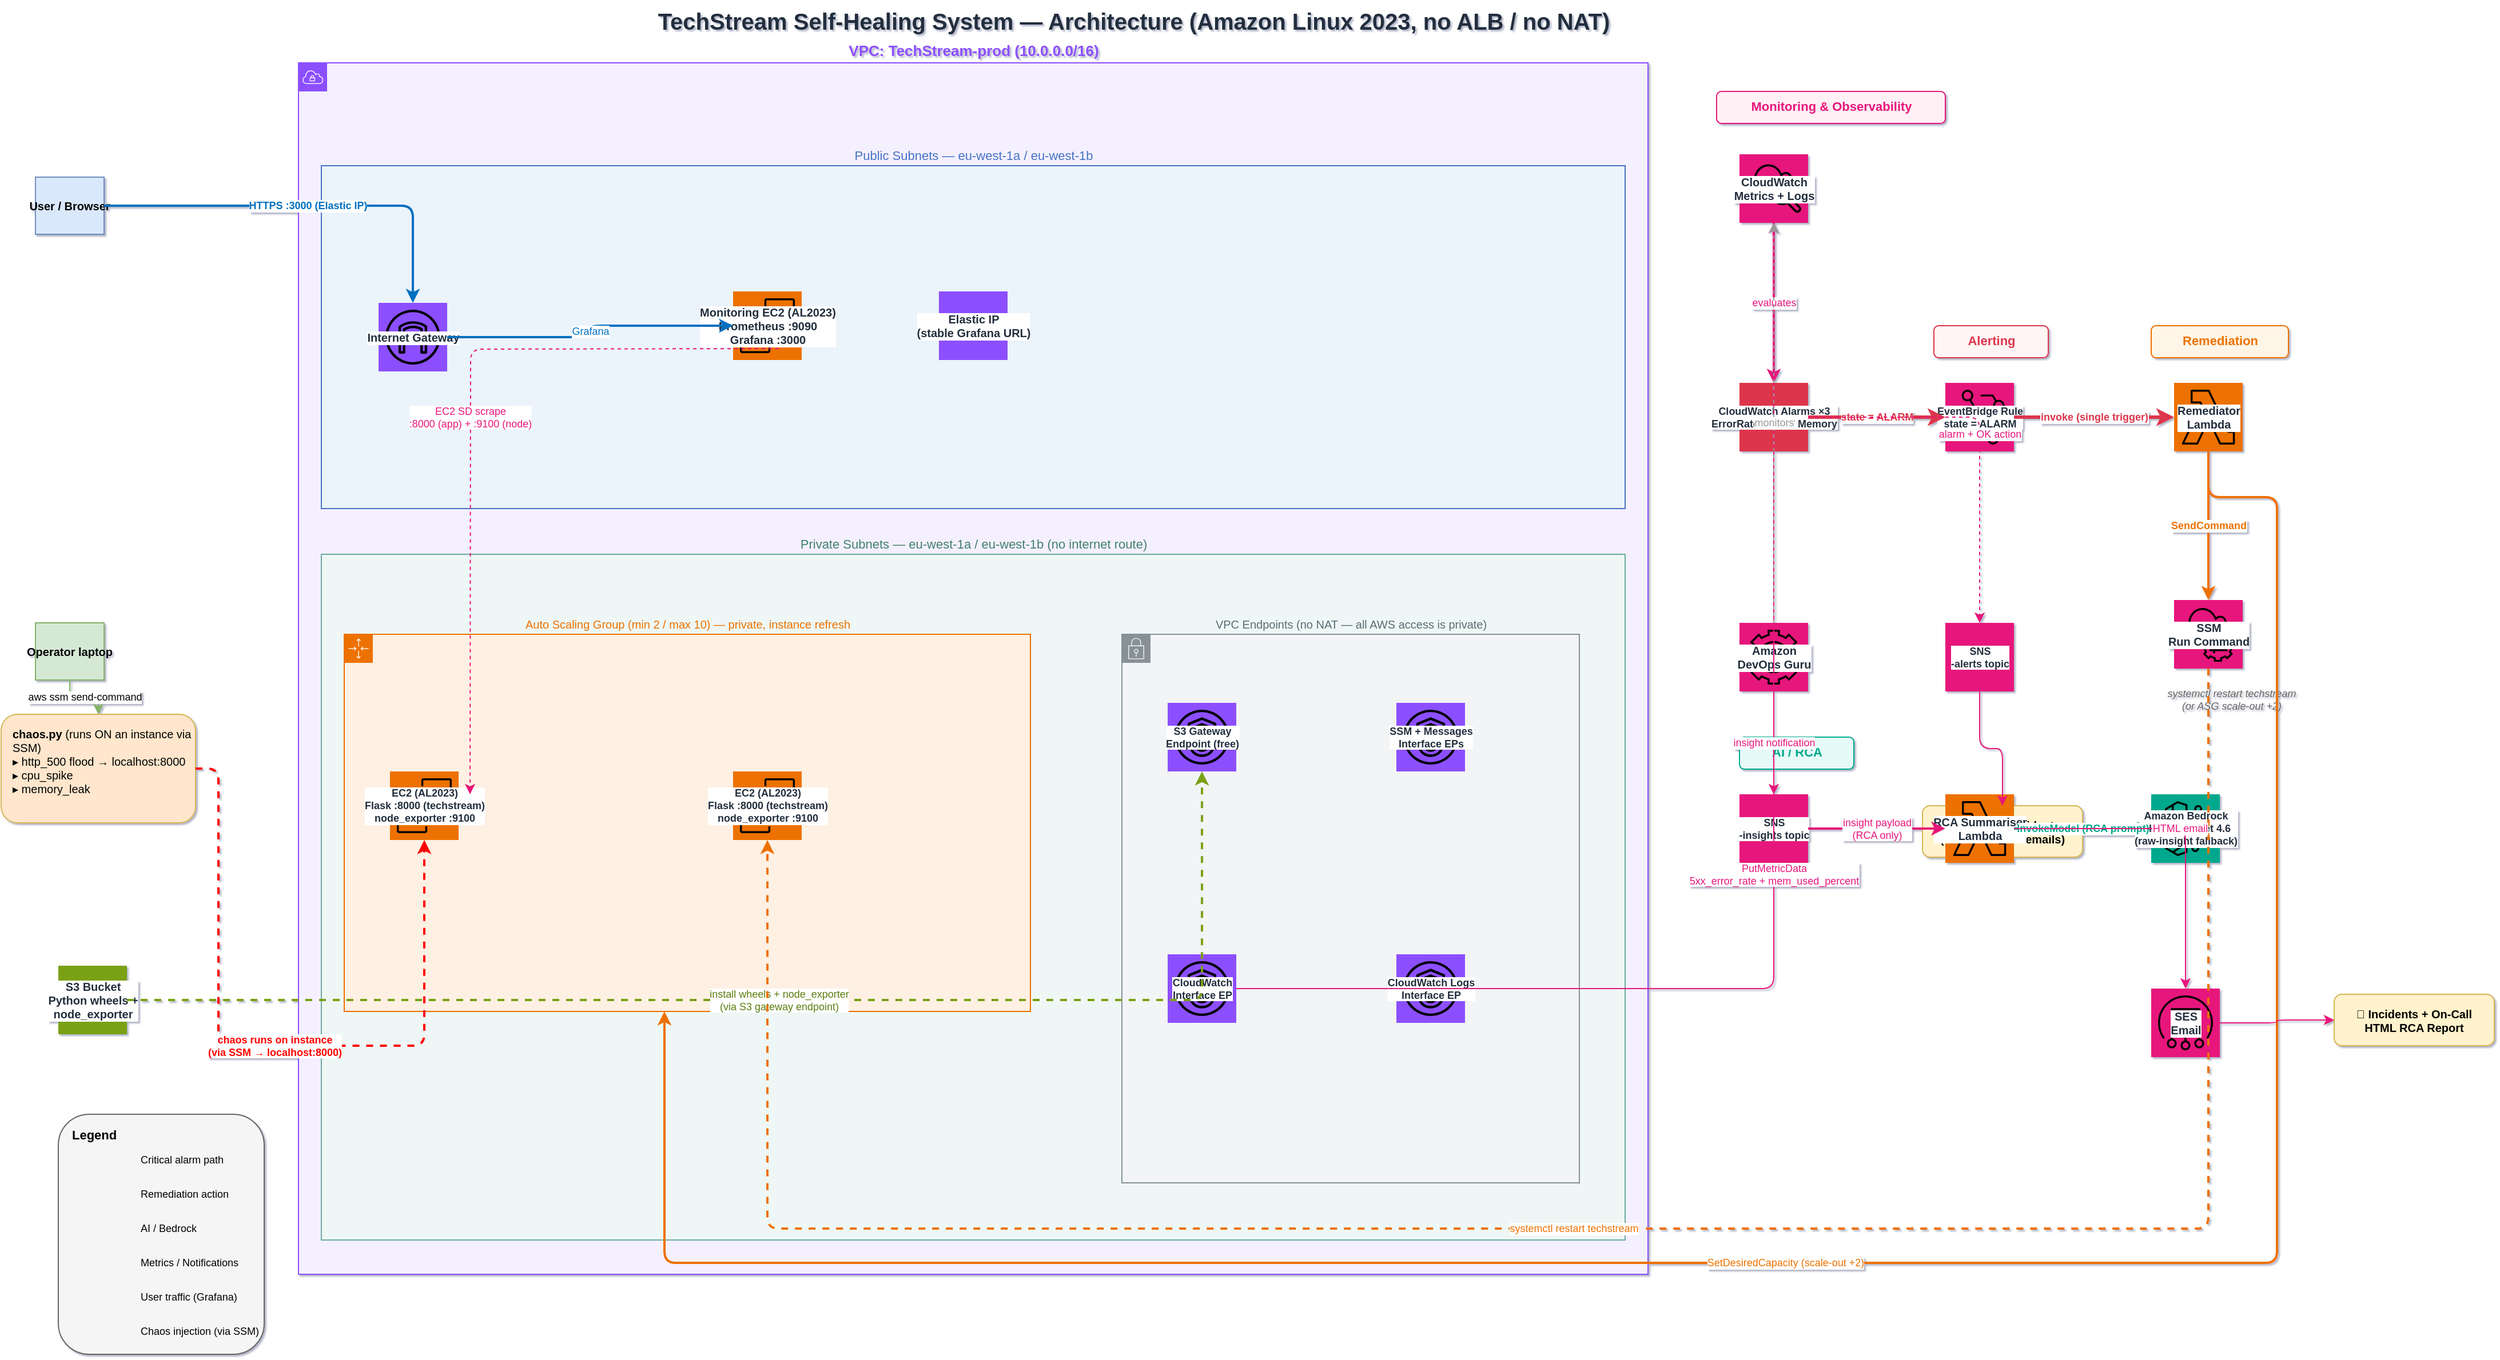
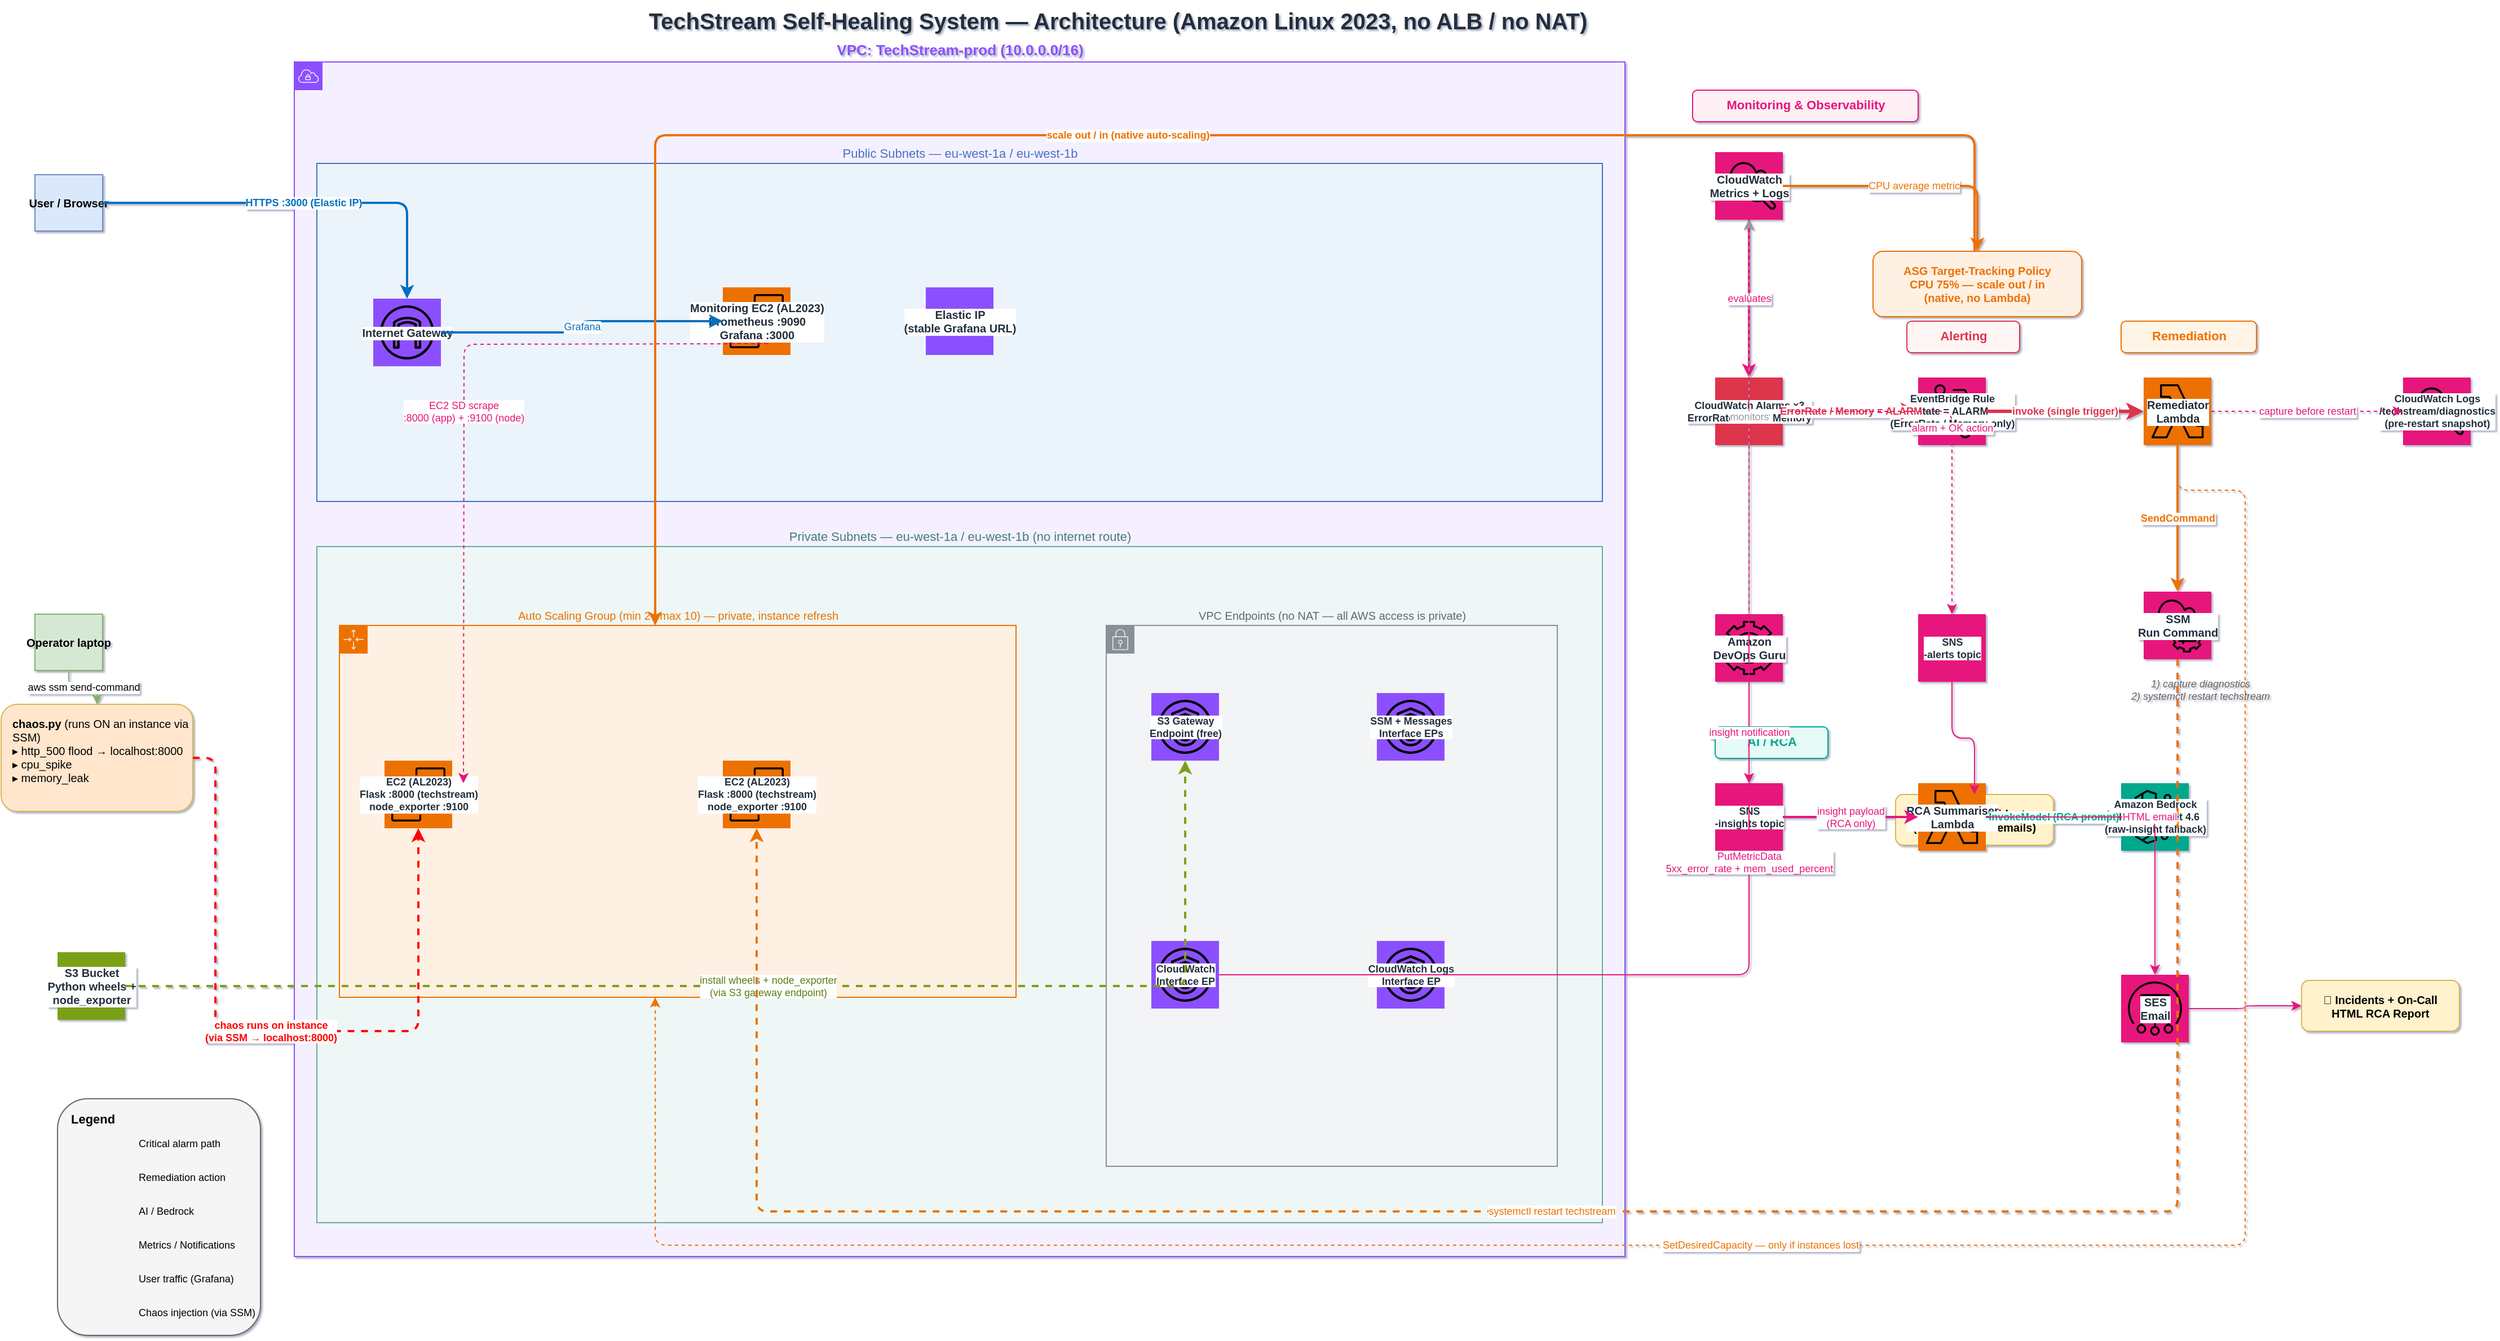
<mxfile host="65bd71144e">
    <diagram id="techstream-arch" name="TechStream Self-Healing Architecture">
        <mxGraphModel dx="2331" dy="1560" grid="1" gridSize="10" guides="1" tooltips="1" connect="1" arrows="1" fold="1" page="1" pageScale="1" pageWidth="2400" pageHeight="1654" math="0" shadow="1">
            <root>
                <mxCell id="0"/>
                <mxCell id="1" parent="0"/>
                <mxCell id="title" value="TechStream Self-Healing System — Architecture (Amazon Linux 2023, no ALB / no NAT)" style="text;html=1;align=center;fontStyle=1;fontSize=20;fontColor=#232F3E;" parent="1" vertex="1">
                    <mxGeometry x="560" y="15" width="900" height="35" as="geometry"/>
                </mxCell>
                <mxCell id="ext_user" value="User / Browser" style="shape=mxgraph.cisco.routers.workstation;fillColor=#dae8fc;strokeColor=#6c8ebf;fontStyle=1;fontSize=10;" parent="1" vertex="1">
                    <mxGeometry x="50" y="170" width="60" height="50" as="geometry"/>
                </mxCell>
                <mxCell id="ext_op" value="Operator laptop" style="shape=mxgraph.cisco.routers.workstation;fillColor=#d5e8d4;strokeColor=#82b366;fontStyle=1;fontSize=10;" parent="1" vertex="1">
                    <mxGeometry x="50" y="560" width="60" height="50" as="geometry"/>
                </mxCell>
                <mxCell id="chaos_box" value="&lt;b&gt;chaos.py&lt;/b&gt; (runs ON an instance via SSM)&#xa;▸ http_500 flood → localhost:8000&#xa;▸ cpu_spike&#xa;▸ memory_leak" style="rounded=1;whiteSpace=wrap;html=1;fillColor=#ffe6cc;strokeColor=#d6b656;fontSize=10;align=left;spacingLeft=8;verticalAlign=top;spacingTop=5;" parent="1" vertex="1">
                    <mxGeometry x="20" y="640" width="170" height="95" as="geometry"/>
                </mxCell>
                <mxCell id="s3_pkg" value="S3 Bucket&#xa;Python wheels +&#xa;node_exporter" style="outlineConnect=0;fontColor=#232F3E;gradientColor=none;strokeColor=none;fillColor=#7AA116;labelBackgroundColor=#ffffff;align=center;html=1;fontSize=10;fontStyle=1;aspect=fixed;shape=mxgraph.aws4.resourceIcon;resIcon=mxgraph.aws4.simple_storage_service;" parent="1" vertex="1">
                    <mxGeometry x="70" y="860" width="60" height="60" as="geometry"/>
                </mxCell>
                <mxCell id="vpc" value="VPC: TechStream-prod (10.0.0.0/16)" style="points=[[0,0],[0.25,0],[0.5,0],[0.75,0],[1,0],[1,0.25],[1,0.5],[1,0.75],[1,1],[0.75,1],[0.5,1],[0.25,1],[0,1],[0,0.75],[0,0.5],[0,0.25]];shape=mxgraph.aws4.group;grIcon=mxgraph.aws4.group_vpc;strokeColor=#8C4FFF;fillColor=#F5F0FF;verticalLabelPosition=top;verticalAlign=bottom;align=center;html=1;fontStyle=1;fontSize=13;fontColor=#8C4FFF;" parent="1" vertex="1">
                    <mxGeometry x="280" y="70" width="1180" height="1060" as="geometry"/>
                </mxCell>
                <mxCell id="pub_subnet" value="Public Subnets — eu-west-1a / eu-west-1b" style="points=[[0,0],[0.25,0],[0.5,0],[0.75,0],[1,0],[1,0.25],[1,0.5],[1,0.75],[1,1],[0.75,1],[0.5,1],[0.25,1],[0,1],[0,0.75],[0,0.5],[0,0.25]];shape=mxgraph.aws4.group;grIcon=mxgraph.aws4.group_public_subnet;strokeColor=#4472C4;fillColor=#EBF3FB;verticalLabelPosition=top;verticalAlign=bottom;align=center;html=1;fontStyle=0;fontSize=11;fontColor=#4472C4;" parent="vpc" vertex="1">
                    <mxGeometry x="20" y="90" width="1140" height="300" as="geometry"/>
                </mxCell>
                <mxCell id="igw" value="Internet Gateway" style="outlineConnect=0;fontColor=#232F3E;gradientColor=none;strokeColor=none;fillColor=#8C4FFF;labelBackgroundColor=#ffffff;align=center;html=1;fontSize=10;fontStyle=1;aspect=fixed;shape=mxgraph.aws4.resourceIcon;resIcon=mxgraph.aws4.internet_gateway;" parent="pub_subnet" vertex="1">
                    <mxGeometry x="50" y="120" width="60" height="60" as="geometry"/>
                </mxCell>
                <mxCell id="mon_ec2" value="Monitoring EC2 (AL2023)&#xa;Prometheus :9090&#xa;Grafana :3000" style="outlineConnect=0;fontColor=#232F3E;gradientColor=none;strokeColor=none;fillColor=#ED7100;labelBackgroundColor=#ffffff;align=center;html=1;fontSize=10;fontStyle=1;aspect=fixed;shape=mxgraph.aws4.resourceIcon;resIcon=mxgraph.aws4.ec2;" parent="pub_subnet" vertex="1">
                    <mxGeometry x="360" y="110" width="60" height="60" as="geometry"/>
                </mxCell>
                <mxCell id="eip" value="Elastic IP&#xa;(stable Grafana URL)" style="outlineConnect=0;fontColor=#232F3E;gradientColor=none;strokeColor=none;fillColor=#8C4FFF;labelBackgroundColor=#ffffff;align=center;html=1;fontSize=10;fontStyle=1;aspect=fixed;shape=mxgraph.aws4.resourceIcon;resIcon=mxgraph.aws4.elastic_ip_address;" parent="pub_subnet" vertex="1">
                    <mxGeometry x="540" y="110" width="60" height="60" as="geometry"/>
                </mxCell>
                <mxCell id="priv_subnet" value="Private Subnets — eu-west-1a / eu-west-1b (no internet route)" style="points=[[0,0],[0.25,0],[0.5,0],[0.75,0],[1,0],[1,0.25],[1,0.5],[1,0.75],[1,1],[0.75,1],[0.5,1],[0.25,1],[0,1],[0,0.75],[0,0.5],[0,0.25]];shape=mxgraph.aws4.group;grIcon=mxgraph.aws4.group_private_subnet;strokeColor=#67AB9F;fillColor=#EEF7F5;verticalLabelPosition=top;verticalAlign=bottom;align=center;html=1;fontStyle=0;fontSize=11;fontColor=#3F8070;" parent="vpc" vertex="1">
                    <mxGeometry x="20" y="430" width="1140" height="600" as="geometry"/>
                </mxCell>
                <mxCell id="asg_group" value="Auto Scaling Group (min 2 / max 10) — private, instance refresh" style="points=[[0,0],[0.25,0],[0.5,0],[0.75,0],[1,0],[1,0.25],[1,0.5],[1,0.75],[1,1],[0.75,1],[0.5,1],[0.25,1],[0,1],[0,0.75],[0,0.5],[0,0.25]];shape=mxgraph.aws4.group;grIcon=mxgraph.aws4.group_auto_scaling_group;strokeColor=#ED7100;fillColor=#FEF0E3;verticalLabelPosition=top;verticalAlign=bottom;align=center;html=1;fontStyle=0;fontSize=10;fontColor=#ED7100;" parent="priv_subnet" vertex="1">
                    <mxGeometry x="20" y="70" width="600" height="330" as="geometry"/>
                </mxCell>
                <mxCell id="ec2_1" value="EC2 (AL2023)&#xa;Flask :8000 (techstream)&#xa;node_exporter :9100" style="outlineConnect=0;fontColor=#232F3E;gradientColor=none;strokeColor=none;fillColor=#ED7100;labelBackgroundColor=#ffffff;align=center;html=1;fontSize=9;fontStyle=1;aspect=fixed;shape=mxgraph.aws4.resourceIcon;resIcon=mxgraph.aws4.ec2;" parent="asg_group" vertex="1">
                    <mxGeometry x="40" y="120" width="60" height="60" as="geometry"/>
                </mxCell>
                <mxCell id="ec2_2" value="EC2 (AL2023)&#xa;Flask :8000 (techstream)&#xa;node_exporter :9100" style="outlineConnect=0;fontColor=#232F3E;gradientColor=none;strokeColor=none;fillColor=#ED7100;labelBackgroundColor=#ffffff;align=center;html=1;fontSize=9;fontStyle=1;aspect=fixed;shape=mxgraph.aws4.resourceIcon;resIcon=mxgraph.aws4.ec2;" parent="asg_group" vertex="1">
                    <mxGeometry x="340" y="120" width="60" height="60" as="geometry"/>
                </mxCell>
                <mxCell id="ep_group" value="VPC Endpoints (no NAT — all AWS access is private)" style="points=[[0,0],[0.25,0],[0.5,0],[0.75,0],[1,0],[1,0.25],[1,0.5],[1,0.75],[1,1],[0.75,1],[0.5,1],[0.25,1],[0,1],[0,0.75],[0,0.5],[0,0.25]];shape=mxgraph.aws4.group;grIcon=mxgraph.aws4.group_security_group;strokeColor=#879196;fillColor=#F2F4F5;verticalLabelPosition=top;verticalAlign=bottom;align=center;html=1;fontStyle=0;fontSize=10;fontColor=#5A6C74;" parent="priv_subnet" vertex="1">
                    <mxGeometry x="700" y="70" width="400" height="480" as="geometry"/>
                </mxCell>
                <mxCell id="ep_s3" value="S3 Gateway&#xa;Endpoint (free)" style="outlineConnect=0;fontColor=#232F3E;gradientColor=none;strokeColor=none;fillColor=#8C4FFF;labelBackgroundColor=#ffffff;align=center;html=1;fontSize=9;fontStyle=1;aspect=fixed;shape=mxgraph.aws4.resourceIcon;resIcon=mxgraph.aws4.endpoints;" parent="ep_group" vertex="1">
                    <mxGeometry x="40" y="60" width="60" height="60" as="geometry"/>
                </mxCell>
                <mxCell id="ep_ssm" value="SSM + Messages&#xa;Interface EPs" style="outlineConnect=0;fontColor=#232F3E;gradientColor=none;strokeColor=none;fillColor=#8C4FFF;labelBackgroundColor=#ffffff;align=center;html=1;fontSize=9;fontStyle=1;aspect=fixed;shape=mxgraph.aws4.resourceIcon;resIcon=mxgraph.aws4.endpoints;" parent="ep_group" vertex="1">
                    <mxGeometry x="240" y="60" width="60" height="60" as="geometry"/>
                </mxCell>
                <mxCell id="ep_cw" value="CloudWatch&#xa;Interface EP" style="outlineConnect=0;fontColor=#232F3E;gradientColor=none;strokeColor=none;fillColor=#8C4FFF;labelBackgroundColor=#ffffff;align=center;html=1;fontSize=9;fontStyle=1;aspect=fixed;shape=mxgraph.aws4.resourceIcon;resIcon=mxgraph.aws4.endpoints;" parent="ep_group" vertex="1">
                    <mxGeometry x="40" y="280" width="60" height="60" as="geometry"/>
                </mxCell>
                <mxCell id="ep_logs" value="CloudWatch Logs&#xa;Interface EP" style="outlineConnect=0;fontColor=#232F3E;gradientColor=none;strokeColor=none;fillColor=#8C4FFF;labelBackgroundColor=#ffffff;align=center;html=1;fontSize=9;fontStyle=1;aspect=fixed;shape=mxgraph.aws4.resourceIcon;resIcon=mxgraph.aws4.endpoints;" parent="ep_group" vertex="1">
                    <mxGeometry x="240" y="280" width="60" height="60" as="geometry"/>
                </mxCell>
                <mxCell id="e05" value="EC2 SD scrape&#xa;:8000 (app) + :9100 (node)" style="edgeStyle=orthogonalEdgeStyle;html=1;strokeColor=#E7157B;strokeWidth=1;fontColor=#E7157B;fontSize=9;dashed=1;" parent="vpc" edge="1">
                    <mxGeometry relative="1" as="geometry">
                        <mxPoint x="420" y="250" as="sourcePoint"/>
                        <mxPoint x="150" y="640" as="targetPoint"/>
                    </mxGeometry>
                </mxCell>
                <mxCell id="lbl_monitoring" value="Monitoring &amp; Observability" style="text;html=1;align=center;fontStyle=1;fontSize=11;fontColor=#E7157B;strokeColor=#E7157B;fillColor=#FFF0F5;rounded=1;" parent="1" vertex="1">
                    <mxGeometry x="1520" y="95" width="200" height="28" as="geometry"/>
                </mxCell>
                <mxCell id="cloudwatch" value="CloudWatch&#xa;Metrics + Logs" style="outlineConnect=0;fontColor=#232F3E;gradientColor=none;strokeColor=none;fillColor=#E7157B;labelBackgroundColor=#ffffff;align=center;html=1;fontSize=10;fontStyle=1;aspect=fixed;shape=mxgraph.aws4.resourceIcon;resIcon=mxgraph.aws4.cloudwatch;" parent="1" vertex="1">
                    <mxGeometry x="1540" y="150" width="60" height="60" as="geometry"/>
                </mxCell>
                <mxCell id="cw_alarm" value="CloudWatch Alarms ×3&#xa;ErrorRate / CPU / Memory" style="outlineConnect=0;fontColor=#232F3E;gradientColor=none;strokeColor=none;fillColor=#DD344C;labelBackgroundColor=#ffffff;align=center;html=1;fontSize=9;fontStyle=1;aspect=fixed;shape=mxgraph.aws4.resourceIcon;resIcon=mxgraph.aws4.cloudwatch_alarm;" parent="1" vertex="1">
                    <mxGeometry x="1540" y="350" width="60" height="60" as="geometry"/>
                </mxCell>
                <mxCell id="devops_guru" value="Amazon&#xa;DevOps Guru" style="outlineConnect=0;fontColor=#232F3E;gradientColor=none;strokeColor=none;fillColor=#E7157B;labelBackgroundColor=#ffffff;align=center;html=1;fontSize=10;fontStyle=1;aspect=fixed;shape=mxgraph.aws4.resourceIcon;resIcon=mxgraph.aws4.devops_guru;" parent="1" vertex="1">
                    <mxGeometry x="1540" y="560" width="60" height="60" as="geometry"/>
                </mxCell>
                <mxCell id="lbl_alerting" value="Alerting" style="text;html=1;align=center;fontStyle=1;fontSize=11;fontColor=#DD344C;strokeColor=#DD344C;fillColor=#FFF5F5;rounded=1;" parent="1" vertex="1">
                    <mxGeometry x="1710" y="300" width="100" height="28" as="geometry"/>
                </mxCell>
-                 <mxCell id="eventbridge" value="EventBridge Rule&#xa;state = ALARM" style="outlineConnect=0;fontColor=#232F3E;gradientColor=none;strokeColor=none;fillColor=#E7157B;labelBackgroundColor=#ffffff;align=center;html=1;fontSize=9;fontStyle=1;aspect=fixed;shape=mxgraph.aws4.resourceIcon;resIcon=mxgraph.aws4.eventbridge;" parent="1" vertex="1">
+                 <mxCell id="eventbridge" value="EventBridge Rule&#xa;state = ALARM&#xa;(ErrorRate / Memory only)" style="outlineConnect=0;fontColor=#232F3E;gradientColor=none;strokeColor=none;fillColor=#E7157B;labelBackgroundColor=#ffffff;align=center;html=1;fontSize=9;fontStyle=1;aspect=fixed;shape=mxgraph.aws4.resourceIcon;resIcon=mxgraph.aws4.eventbridge;" parent="1" vertex="1">
                    <mxGeometry x="1720" y="350" width="60" height="60" as="geometry"/>
                </mxCell>
                <mxCell id="sns_alerts" value="SNS&#xa;-alerts topic" style="outlineConnect=0;fontColor=#232F3E;gradientColor=none;strokeColor=none;fillColor=#E7157B;labelBackgroundColor=#ffffff;align=center;html=1;fontSize=9;fontStyle=1;aspect=fixed;shape=mxgraph.aws4.resourceIcon;resIcon=mxgraph.aws4.simple_notification_service;" parent="1" vertex="1">
                    <mxGeometry x="1720" y="560" width="60" height="60" as="geometry"/>
                </mxCell>
                <mxCell id="oncall_email" value="📧 On-Call + Incidents&#xa;(alarm AND OK emails)" style="rounded=1;whiteSpace=wrap;html=1;fillColor=#fff2cc;strokeColor=#d6b656;fontStyle=1;fontSize=10;" parent="1" vertex="1">
                    <mxGeometry x="1700" y="720" width="140" height="45" as="geometry"/>
                </mxCell>
                <mxCell id="lbl_remediation" value="Remediation" style="text;html=1;align=center;fontStyle=1;fontSize=11;fontColor=#ED7100;strokeColor=#ED7100;fillColor=#FFF5E6;rounded=1;" parent="1" vertex="1">
                    <mxGeometry x="1900" y="300" width="120" height="28" as="geometry"/>
                </mxCell>
                <mxCell id="lambda_rem" value="Remediator&#xa;Lambda" style="outlineConnect=0;fontColor=#232F3E;gradientColor=none;strokeColor=none;fillColor=#ED7100;labelBackgroundColor=#ffffff;align=center;html=1;fontSize=10;fontStyle=1;aspect=fixed;shape=mxgraph.aws4.resourceIcon;resIcon=mxgraph.aws4.lambda;" parent="1" vertex="1">
                    <mxGeometry x="1920" y="350" width="60" height="60" as="geometry"/>
                </mxCell>
                <mxCell id="ssm_cmd" value="SSM&#xa;Run Command" style="outlineConnect=0;fontColor=#232F3E;gradientColor=none;strokeColor=none;fillColor=#E7157B;labelBackgroundColor=#ffffff;align=center;html=1;fontSize=10;fontStyle=1;aspect=fixed;shape=mxgraph.aws4.resourceIcon;resIcon=mxgraph.aws4.systems_manager;" parent="1" vertex="1">
                    <mxGeometry x="1920" y="540" width="60" height="60" as="geometry"/>
                </mxCell>
-                 <mxCell id="restart_label" value="systemctl restart techstream&#xa;(or ASG scale-out +2)" style="text;html=1;align=center;fontSize=9;fontColor=#666666;fontStyle=2;" parent="1" vertex="1">
+                 <mxCell id="restart_label" value="1) capture diagnostics&#xa;2) systemctl restart techstream" style="text;html=1;align=center;fontSize=9;fontColor=#666666;fontStyle=2;" parent="1" vertex="1">
                    <mxGeometry x="1890" y="610" width="160" height="26" as="geometry"/>
                </mxCell>
                <mxCell id="lbl_ai" value="AI / RCA" style="text;html=1;align=center;fontStyle=1;fontSize=11;fontColor=#01A88D;strokeColor=#01A88D;fillColor=#E6FAF7;rounded=1;" parent="1" vertex="1">
                    <mxGeometry x="1540" y="660" width="100" height="28" as="geometry"/>
                </mxCell>
                <mxCell id="sns_insights" value="SNS&#xa;-insights topic" style="outlineConnect=0;fontColor=#232F3E;gradientColor=none;strokeColor=none;fillColor=#E7157B;labelBackgroundColor=#ffffff;align=center;html=1;fontSize=9;fontStyle=1;aspect=fixed;shape=mxgraph.aws4.resourceIcon;resIcon=mxgraph.aws4.simple_notification_service;" parent="1" vertex="1">
                    <mxGeometry x="1540" y="710" width="60" height="60" as="geometry"/>
                </mxCell>
                <mxCell id="lambda_rca" value="RCA Summariser&#xa;Lambda" style="outlineConnect=0;fontColor=#232F3E;gradientColor=none;strokeColor=none;fillColor=#ED7100;labelBackgroundColor=#ffffff;align=center;html=1;fontSize=10;fontStyle=1;aspect=fixed;shape=mxgraph.aws4.resourceIcon;resIcon=mxgraph.aws4.lambda;" parent="1" vertex="1">
                    <mxGeometry x="1720" y="710" width="60" height="60" as="geometry"/>
                </mxCell>
                <mxCell id="bedrock" value="Amazon Bedrock&#xa;Claude Sonnet 4.6&#xa;(raw-insight fallback)" style="outlineConnect=0;fontColor=#232F3E;gradientColor=none;strokeColor=none;fillColor=#01A88D;labelBackgroundColor=#ffffff;align=center;html=1;fontSize=9;fontStyle=1;aspect=fixed;shape=mxgraph.aws4.resourceIcon;resIcon=mxgraph.aws4.bedrock;" parent="1" vertex="1">
                    <mxGeometry x="1900" y="710" width="60" height="60" as="geometry"/>
                </mxCell>
                <mxCell id="ses" value="SES&#xa;Email" style="outlineConnect=0;fontColor=#232F3E;gradientColor=none;strokeColor=none;fillColor=#E7157B;labelBackgroundColor=#ffffff;align=center;html=1;fontSize=10;fontStyle=1;aspect=fixed;shape=mxgraph.aws4.resourceIcon;resIcon=mxgraph.aws4.simple_email_service;" parent="1" vertex="1">
                    <mxGeometry x="1900" y="880" width="60" height="60" as="geometry"/>
                </mxCell>
                <mxCell id="incidents_email" value="📧 Incidents + On-Call&#xa;HTML RCA Report" style="rounded=1;whiteSpace=wrap;html=1;fillColor=#fff2cc;strokeColor=#d6b656;fontStyle=1;fontSize=10;" parent="1" vertex="1">
                    <mxGeometry x="2060" y="885" width="140" height="45" as="geometry"/>
                </mxCell>
                <mxCell id="e01" value="HTTPS :3000 (Elastic IP)" style="edgeStyle=orthogonalEdgeStyle;html=1;strokeColor=#0070C0;strokeWidth=2;fontColor=#0070C0;fontStyle=1;fontSize=9;" parent="1" source="ext_user" target="igw" edge="1">
                    <mxGeometry relative="1" as="geometry"/>
                </mxCell>
                <mxCell id="e02" value="Grafana" style="edgeStyle=orthogonalEdgeStyle;html=1;strokeColor=#0070C0;strokeWidth=2;fontColor=#0070C0;fontSize=9;" parent="1" source="igw" target="mon_ec2" edge="1">
                    <mxGeometry relative="1" as="geometry"/>
                </mxCell>
                <mxCell id="e03" value="aws ssm send-command" style="edgeStyle=orthogonalEdgeStyle;html=1;strokeColor=#82b366;strokeWidth=1;fontSize=9;" parent="1" source="ext_op" target="chaos_box" edge="1">
                    <mxGeometry relative="1" as="geometry"/>
                </mxCell>
                <mxCell id="e04" value="chaos runs on instance&#xa;(via SSM → localhost:8000)" style="edgeStyle=orthogonalEdgeStyle;html=1;strokeColor=#FF0000;strokeWidth=2;dashed=1;fontColor=#FF0000;fontStyle=1;fontSize=9;exitX=1;exitY=0.5;exitDX=0;exitDY=0;" parent="1" source="chaos_box" target="ec2_1" edge="1">
                    <mxGeometry relative="1" as="geometry">
                        <Array as="points">
                            <mxPoint x="210" y="688"/>
                            <mxPoint x="210" y="930"/>
                        </Array>
                    </mxGeometry>
                </mxCell>
                <mxCell id="e06" value="PutMetricData&#xa;5xx_error_rate + mem_used_percent" style="edgeStyle=orthogonalEdgeStyle;html=1;strokeColor=#E7157B;strokeWidth=1;fontColor=#E7157B;fontSize=9;" parent="1" source="ep_cw" target="cloudwatch" edge="1">
                    <mxGeometry relative="1" as="geometry"/>
                </mxCell>
                <mxCell id="e07" value="install wheels + node_exporter&#xa;(via S3 gateway endpoint)" style="edgeStyle=orthogonalEdgeStyle;html=1;strokeColor=#7AA116;strokeWidth=2;fontColor=#5C7D10;fontSize=9;dashed=1;" parent="1" source="s3_pkg" target="ep_s3" edge="1">
                    <mxGeometry relative="1" as="geometry"/>
                </mxCell>
                <mxCell id="e11" value="evaluates" style="edgeStyle=orthogonalEdgeStyle;html=1;strokeColor=#E7157B;strokeWidth=2;fontColor=#E7157B;fontSize=9;" parent="1" source="cloudwatch" target="cw_alarm" edge="1">
                    <mxGeometry relative="1" as="geometry"/>
                </mxCell>
-                 <mxCell id="e12" value="state = ALARM" style="edgeStyle=orthogonalEdgeStyle;html=1;strokeColor=#DD344C;strokeWidth=3;fontColor=#DD344C;fontStyle=1;fontSize=9;" parent="1" source="cw_alarm" target="eventbridge" edge="1">
+                 <mxCell id="e12" value="ErrorRate / Memory = ALARM" style="edgeStyle=orthogonalEdgeStyle;html=1;strokeColor=#DD344C;strokeWidth=3;fontColor=#DD344C;fontStyle=1;fontSize=9;" parent="1" source="cw_alarm" target="eventbridge" edge="1">
                    <mxGeometry relative="1" as="geometry"/>
                </mxCell>
                <mxCell id="e13" value="alarm + OK action" style="edgeStyle=orthogonalEdgeStyle;html=1;strokeColor=#E7157B;strokeWidth=1;dashed=1;fontColor=#E7157B;fontSize=9;" parent="1" source="cw_alarm" target="sns_alerts" edge="1">
                    <mxGeometry relative="1" as="geometry"/>
                </mxCell>
                <mxCell id="e14" value="invoke (single trigger)" style="edgeStyle=orthogonalEdgeStyle;html=1;strokeColor=#DD344C;strokeWidth=3;fontColor=#DD344C;fontStyle=1;fontSize=9;" parent="1" source="eventbridge" target="lambda_rem" edge="1">
                    <mxGeometry relative="1" as="geometry"/>
                </mxCell>
                <mxCell id="e15" value="SendCommand" style="edgeStyle=orthogonalEdgeStyle;html=1;strokeColor=#ED7100;strokeWidth=2;fontColor=#ED7100;fontStyle=1;fontSize=9;" parent="1" source="lambda_rem" target="ssm_cmd" edge="1">
                    <mxGeometry relative="1" as="geometry"/>
                </mxCell>
                <mxCell id="e16" value="systemctl restart techstream" style="edgeStyle=orthogonalEdgeStyle;html=1;strokeColor=#ED7100;strokeWidth=2;dashed=1;fontColor=#ED7100;fontSize=9;" parent="1" source="ssm_cmd" target="ec2_2" edge="1">
                    <mxGeometry relative="1" as="geometry">
                        <Array as="points">
                            <mxPoint x="1950" y="640"/>
                            <mxPoint x="1950" y="1090"/>
                            <mxPoint x="780" y="1090"/>
                        </Array>
                    </mxGeometry>
                </mxCell>
-                 <mxCell id="e17" value="SetDesiredCapacity (scale-out +2)" style="edgeStyle=orthogonalEdgeStyle;html=1;strokeColor=#ED7100;strokeWidth=2;dashed=0;fontColor=#ED7100;fontSize=9;" parent="1" source="lambda_rem" target="asg_group" edge="1">
+                 <mxCell id="e17" value="SetDesiredCapacity — only if instances lost" style="edgeStyle=orthogonalEdgeStyle;html=1;strokeColor=#ED7100;strokeWidth=1;dashed=1;fontColor=#ED7100;fontSize=9;" parent="1" source="lambda_rem" target="asg_group" edge="1">
                    <mxGeometry relative="1" as="geometry">
                        <Array as="points">
                            <mxPoint x="2010" y="450"/>
                            <mxPoint x="2010" y="1120"/>
                            <mxPoint x="600" y="1120"/>
                        </Array>
                    </mxGeometry>
                </mxCell>
                <mxCell id="e18" value="insight notification" style="edgeStyle=orthogonalEdgeStyle;html=1;strokeColor=#E7157B;strokeWidth=1;fontColor=#E7157B;fontSize=9;" parent="1" source="devops_guru" target="sns_insights" edge="1">
                    <mxGeometry relative="1" as="geometry"/>
                </mxCell>
                <mxCell id="e19" value="monitors" style="edgeStyle=orthogonalEdgeStyle;html=1;strokeColor=#999999;strokeWidth=1;dashed=1;fontColor=#999999;fontSize=9;" parent="1" source="devops_guru" target="cloudwatch" edge="1">
                    <mxGeometry relative="1" as="geometry"/>
                </mxCell>
                <mxCell id="e20" value="" style="edgeStyle=orthogonalEdgeStyle;html=1;strokeColor=#E7157B;strokeWidth=1;fontColor=#E7157B;fontSize=9;" parent="1" source="sns_alerts" target="oncall_email" edge="1">
                    <mxGeometry relative="1" as="geometry"/>
                </mxCell>
                <mxCell id="e21" value="insight payload&#xa;(RCA only)" style="edgeStyle=orthogonalEdgeStyle;html=1;strokeColor=#E7157B;strokeWidth=2;fontColor=#E7157B;fontSize=9;" parent="1" source="sns_insights" target="lambda_rca" edge="1">
                    <mxGeometry relative="1" as="geometry"/>
                </mxCell>
                <mxCell id="e22" value="InvokeModel (RCA prompt)" style="edgeStyle=orthogonalEdgeStyle;html=1;strokeColor=#01A88D;strokeWidth=2;fontColor=#01A88D;fontStyle=1;fontSize=9;" parent="1" source="lambda_rca" target="bedrock" edge="1">
                    <mxGeometry relative="1" as="geometry"/>
                </mxCell>
                <mxCell id="e23" value="HTML email" style="edgeStyle=orthogonalEdgeStyle;html=1;strokeColor=#E7157B;strokeWidth=1;fontColor=#E7157B;fontSize=9;" parent="1" source="lambda_rca" target="ses" edge="1">
                    <mxGeometry relative="1" as="geometry"/>
                </mxCell>
                <mxCell id="e24" value="" style="edgeStyle=orthogonalEdgeStyle;html=1;strokeColor=#E7157B;strokeWidth=1;" parent="1" source="ses" target="incidents_email" edge="1">
                    <mxGeometry relative="1" as="geometry"/>
                </mxCell>
                <mxCell id="legend_box" value="" style="rounded=1;whiteSpace=wrap;html=1;fillColor=#f5f5f5;strokeColor=#666666;" parent="1" vertex="1">
                    <mxGeometry x="70" y="990" width="180" height="210" as="geometry"/>
                </mxCell>
                <mxCell id="legend_title" value="Legend" style="text;html=1;align=left;fontStyle=1;fontSize=11;" parent="1" vertex="1">
                    <mxGeometry x="80" y="995" width="80" height="20" as="geometry"/>
                </mxCell>
                <mxCell id="leg1" value="" style="endArrow=block;endFill=1;html=1;strokeColor=#DD344C;strokeWidth=3;" parent="1" edge="1">
                    <mxGeometry x="45" y="785" width="50" height="10" as="geometry">
                        <Array as="points">
                            <mxPoint x="90" y="1025"/>
                            <mxPoint x="130" y="1025"/>
                        </Array>
                    </mxGeometry>
                </mxCell>
                <mxCell id="leg1l" value="Critical alarm path" style="text;html=1;align=left;fontSize=9;" parent="1" vertex="1">
                    <mxGeometry x="140" y="1018" width="110" height="16" as="geometry"/>
                </mxCell>
                <mxCell id="leg2" value="" style="endArrow=block;endFill=1;html=1;strokeColor=#ED7100;strokeWidth=2;" parent="1" edge="1">
                    <mxGeometry x="45" y="815" width="50" height="10" as="geometry">
                        <Array as="points">
                            <mxPoint x="90" y="1055"/>
                            <mxPoint x="130" y="1055"/>
                        </Array>
                    </mxGeometry>
                </mxCell>
                <mxCell id="leg2l" value="Remediation action" style="text;html=1;align=left;fontSize=9;" parent="1" vertex="1">
                    <mxGeometry x="140" y="1048" width="110" height="16" as="geometry"/>
                </mxCell>
                <mxCell id="leg3" value="" style="endArrow=block;endFill=1;html=1;strokeColor=#01A88D;strokeWidth=2;" parent="1" edge="1">
                    <mxGeometry x="45" y="845" width="50" height="10" as="geometry">
                        <Array as="points">
                            <mxPoint x="90" y="1085"/>
                            <mxPoint x="130" y="1085"/>
                        </Array>
                    </mxGeometry>
                </mxCell>
                <mxCell id="leg3l" value="AI / Bedrock" style="text;html=1;align=left;fontSize=9;" parent="1" vertex="1">
                    <mxGeometry x="140" y="1078" width="110" height="16" as="geometry"/>
                </mxCell>
                <mxCell id="leg4" value="" style="endArrow=block;endFill=1;html=1;strokeColor=#E7157B;strokeWidth=2;" parent="1" edge="1">
                    <mxGeometry x="45" y="875" width="50" height="10" as="geometry">
                        <Array as="points">
                            <mxPoint x="90" y="1115"/>
                            <mxPoint x="130" y="1115"/>
                        </Array>
                    </mxGeometry>
                </mxCell>
                <mxCell id="leg4l" value="Metrics / Notifications" style="text;html=1;align=left;fontSize=9;" parent="1" vertex="1">
                    <mxGeometry x="140" y="1108" width="120" height="16" as="geometry"/>
                </mxCell>
                <mxCell id="leg5" value="" style="endArrow=block;endFill=1;html=1;strokeColor=#0070C0;strokeWidth=2;" parent="1" edge="1">
                    <mxGeometry x="45" y="905" width="50" height="10" as="geometry">
                        <Array as="points">
                            <mxPoint x="90" y="1145"/>
                            <mxPoint x="130" y="1145"/>
                        </Array>
                    </mxGeometry>
                </mxCell>
                <mxCell id="leg5l" value="User traffic (Grafana)" style="text;html=1;align=left;fontSize=9;" parent="1" vertex="1">
                    <mxGeometry x="140" y="1138" width="110" height="16" as="geometry"/>
                </mxCell>
                <mxCell id="leg6" value="" style="endArrow=block;endFill=1;html=1;strokeColor=#FF0000;strokeWidth=2;dashed=1;" parent="1" edge="1">
                    <mxGeometry x="45" y="935" width="50" height="10" as="geometry">
                        <Array as="points">
                            <mxPoint x="90" y="1175"/>
                            <mxPoint x="130" y="1175"/>
                        </Array>
                    </mxGeometry>
                </mxCell>
                <mxCell id="leg6l" value="Chaos injection (via SSM)" style="text;html=1;align=left;fontSize=9;" parent="1" vertex="1">
                    <mxGeometry x="140" y="1168" width="120" height="16" as="geometry"/>
+                 </mxCell>
+                 <mxCell id="scaling_policy" value="ASG Target-Tracking Policy&#xa;CPU 75% — scale out / in&#xa;(native, no Lambda)" style="rounded=1;whiteSpace=wrap;html=1;fillColor=#FEF0E3;strokeColor=#ED7100;fontSize=10;fontStyle=1;fontColor=#ED7100;" parent="1" vertex="1">
+                     <mxGeometry x="1680" y="238" width="185" height="58" as="geometry"/>
+                 </mxCell>
+                 <mxCell id="diagnostics" value="CloudWatch Logs&#xa;/techstream/diagnostics&#xa;(pre-restart snapshot)" style="outlineConnect=0;fontColor=#232F3E;gradientColor=none;strokeColor=none;fillColor=#E7157B;labelBackgroundColor=#ffffff;align=center;html=1;fontSize=9;fontStyle=1;aspect=fixed;shape=mxgraph.aws4.resourceIcon;resIcon=mxgraph.aws4.cloudwatch;" parent="1" vertex="1">
+                     <mxGeometry x="2150" y="350" width="60" height="60" as="geometry"/>
+                 </mxCell>
+                 <mxCell id="e_sp1" value="CPU average metric" style="edgeStyle=orthogonalEdgeStyle;html=1;strokeColor=#ED7100;strokeWidth=2;fontColor=#ED7100;fontSize=9;" parent="1" source="cloudwatch" target="scaling_policy" edge="1">
+                     <mxGeometry relative="1" as="geometry"/>
+                 </mxCell>
+                 <mxCell id="e_sp2" value="scale out / in (native auto-scaling)" style="edgeStyle=orthogonalEdgeStyle;html=1;strokeColor=#ED7100;strokeWidth=2;fontColor=#ED7100;fontStyle=1;fontSize=9;" parent="1" source="scaling_policy" target="asg_group" edge="1">
+                     <mxGeometry relative="1" as="geometry">
+                         <Array as="points">
+                             <mxPoint x="1770" y="135"/>
+                             <mxPoint x="600" y="135"/>
+                         </Array>
+                     </mxGeometry>
+                 </mxCell>
+                 <mxCell id="e_diag" value="capture before restart" style="edgeStyle=orthogonalEdgeStyle;html=1;strokeColor=#E7157B;strokeWidth=1;dashed=1;fontColor=#E7157B;fontSize=9;" parent="1" source="lambda_rem" target="diagnostics" edge="1">
+                     <mxGeometry relative="1" as="geometry"/>
                </mxCell>
            </root>
        </mxGraphModel>
    </diagram>
</mxfile>